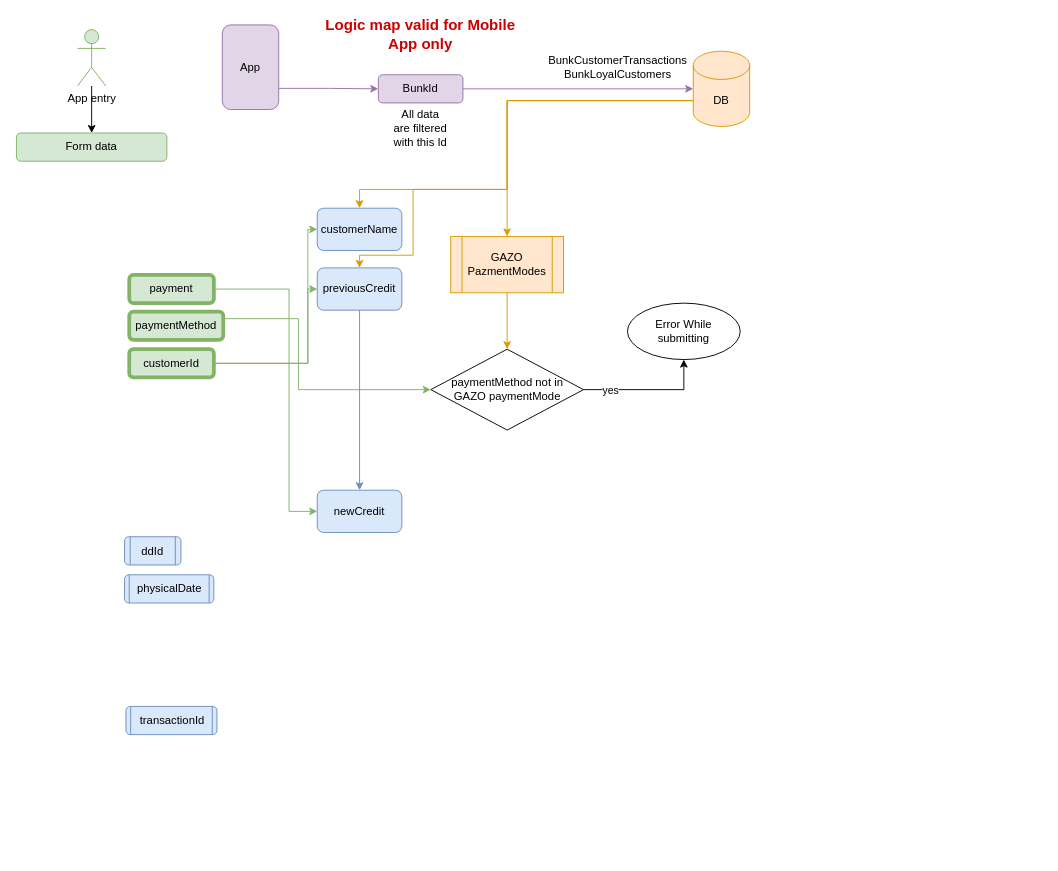
Earlier version of the draw.io diagram page "Type = Payment" (3 of 3) of Creditor_Transactions.drawio (LakshEternl/GazoLogicMap). Source tidied: cells renumbered, new cells numbered last; positions are measured from the earlier drawing's top-left corner, leaving out a move shared by most shapes. Both pictures are drawn from the tidied source at 94%, with x=0, y=0 at pixel (16, 20).
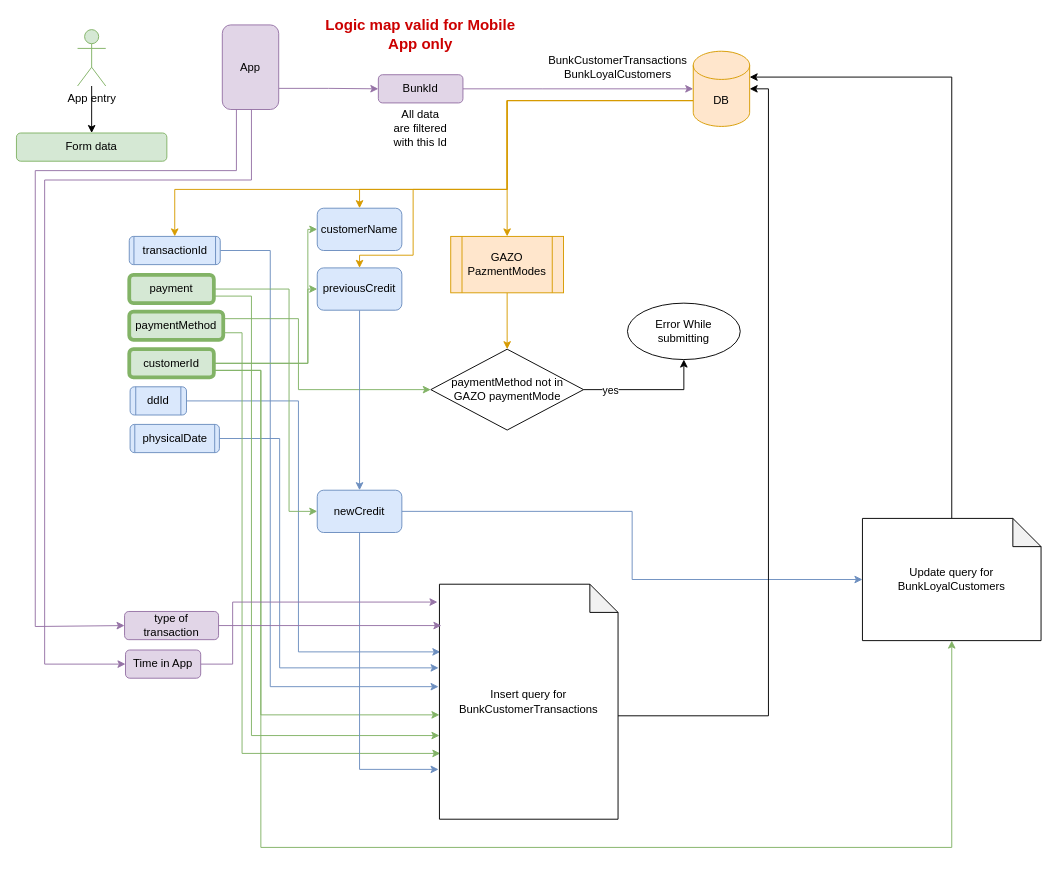
The same diagram, later.

The change refers to these unchanged cells:
```xml
<mxCell id="7" value="DB" style="shape=cylinder3;whiteSpace=wrap;html=1;boundedLbl=1;backgroundOutline=1;size=15;fillColor=#ffe6cc;strokeColor=#d79b00;" parent="1" vertex="1">
  <mxGeometry x="720" y="33" width="60" height="80" as="geometry" />
</mxCell>
<mxCell id="20" value="payment" style="rounded=1;whiteSpace=wrap;html=1;fillColor=#d5e8d4;strokeColor=#82b366;strokeWidth=4;" parent="1" vertex="1">
  <mxGeometry x="120" y="271" width="90" height="30" as="geometry" />
</mxCell>
<mxCell id="22" value="paymentMethod" style="rounded=1;whiteSpace=wrap;html=1;fillColor=#d5e8d4;strokeColor=#82b366;strokeWidth=4;" parent="1" vertex="1">
  <mxGeometry x="120" y="310" width="100" height="30" as="geometry" />
</mxCell>
<mxCell id="25" value="customerId" style="rounded=1;whiteSpace=wrap;html=1;fillColor=#d5e8d4;strokeColor=#82b366;strokeWidth=4;" parent="1" vertex="1">
  <mxGeometry x="120" y="350" width="90" height="30" as="geometry" />
</mxCell>
<mxCell id="35" value="newCredit" style="rounded=1;whiteSpace=wrap;html=1;fillColor=#dae8fc;strokeColor=#6c8ebf;" parent="1" vertex="1">
  <mxGeometry x="320" y="500" width="90" height="45" as="geometry" />
</mxCell>
```

Diff of the diagram source:
```diff
@@
+    <mxCell id="36" style="edgeStyle=orthogonalEdgeStyle;rounded=0;jettySize=auto;html=1;exitX=0;exitY=0;exitDx=0;exitDy=52.5;exitPerimeter=0;entryX=0.5;entryY=0;entryDx=0;entryDy=0;fillColor=#ffe6cc;strokeColor=#d79b00;" parent="1" edge="1" source="7" target="18">
+      <mxGeometry relative="1" as="geometry">
+        <Array as="points">
+          <mxPoint x="522" y="86" />
+          <mxPoint x="522" y="180" />
+          <mxPoint x="168" y="180" />
+        </Array>
+      </mxGeometry>
+    </mxCell>
@@
+    <mxCell id="37" style="edgeStyle=orthogonalEdgeStyle;rounded=0;jettySize=auto;html=1;exitX=1;exitY=0.5;exitDx=0;exitDy=0;entryX=0.005;entryY=0.288;entryDx=0;entryDy=0;entryPerimeter=0;fillColor=#dae8fc;strokeColor=#6c8ebf;" parent="1" edge="1" source="16" target="47">
+      <mxGeometry relative="1" as="geometry">
+        <Array as="points">
+          <mxPoint x="300" y="405" />
+          <mxPoint x="300" y="672" />
+        </Array>
+      </mxGeometry>
+    </mxCell>
     <mxCell id="16" value="ddId" style="shape=process;whiteSpace=wrap;html=1;backgroundOutline=1;fillColor=#dae8fc;strokeColor=#6c8ebf;rounded=1;" parent="1" vertex="1">
-      <mxGeometry x="115" y="549.5" width="60" height="30" as="geometry" />
+      <mxGeometry x="120.9" y="390" width="60" height="30" as="geometry" />
     </mxCell>
+    <mxCell id="38" style="edgeStyle=orthogonalEdgeStyle;rounded=0;jettySize=auto;html=1;exitX=1;exitY=0.5;exitDx=0;exitDy=0;entryX=-0.005;entryY=0.356;entryDx=0;entryDy=0;entryPerimeter=0;fillColor=#dae8fc;strokeColor=#6c8ebf;" parent="1" edge="1" source="17" target="47">
+      <mxGeometry relative="1" as="geometry">
+        <Array as="points">
+          <mxPoint x="280" y="445" />
+          <mxPoint x="280" y="689" />
+        </Array>
+      </mxGeometry>
+    </mxCell>
     <mxCell id="17" value="physicalDate" style="shape=process;whiteSpace=wrap;html=1;backgroundOutline=1;fillColor=#dae8fc;strokeColor=#6c8ebf;rounded=1;size=0.045454545454545456;" parent="1" vertex="1">
-      <mxGeometry x="115" y="590" width="95" height="30" as="geometry" />
+      <mxGeometry x="120.9" y="430" width="95" height="30" as="geometry" />
     </mxCell>
+    <mxCell id="39" style="edgeStyle=orthogonalEdgeStyle;rounded=0;jettySize=auto;html=1;exitX=1;exitY=0.5;exitDx=0;exitDy=0;entryX=-0.005;entryY=0.436;entryDx=0;entryDy=0;entryPerimeter=0;fillColor=#dae8fc;strokeColor=#6c8ebf;" parent="1" edge="1" source="18" target="47">
+      <mxGeometry relative="1" as="geometry">
+        <Array as="points">
+          <mxPoint x="270" y="245" />
+          <mxPoint x="270" y="709" />
+        </Array>
+      </mxGeometry>
+    </mxCell>
     <mxCell id="18" value="transactionId" style="shape=process;whiteSpace=wrap;html=1;backgroundOutline=1;fillColor=#dae8fc;strokeColor=#6c8ebf;rounded=1;size=0.02727272727272727;" parent="1" vertex="1">
-      <mxGeometry x="116.5" y="730" width="96.8" height="30" as="geometry" />
+      <mxGeometry x="120" y="230" width="96.8" height="30" as="geometry" />
     </mxCell>
@@
+    <mxCell id="40" style="edgeStyle=orthogonalEdgeStyle;rounded=0;jettySize=auto;html=1;exitX=1;exitY=0.75;exitDx=0;exitDy=0;entryX=0;entryY=0.644;entryDx=0;entryDy=0;entryPerimeter=0;fillColor=#d5e8d4;strokeColor=#82b366;" parent="1" edge="1" source="20" target="47">
+      <mxGeometry relative="1" as="geometry">
+        <Array as="points">
+          <mxPoint x="250" y="294" />
+          <mxPoint x="250" y="761" />
+        </Array>
+      </mxGeometry>
+    </mxCell>
@@
+    <mxCell id="41" style="edgeStyle=orthogonalEdgeStyle;rounded=0;jettySize=auto;html=1;exitX=1;exitY=0.75;exitDx=0;exitDy=0;entryX=0.005;entryY=0.72;entryDx=0;entryDy=0;entryPerimeter=0;fillColor=#d5e8d4;strokeColor=#82b366;" parent="1" edge="1" source="22" target="47">
+      <mxGeometry relative="1" as="geometry">
+        <Array as="points">
+          <mxPoint x="240" y="333" />
+          <mxPoint x="240" y="780" />
+        </Array>
+      </mxGeometry>
+    </mxCell>
@@
+    <mxCell id="42" style="edgeStyle=orthogonalEdgeStyle;rounded=0;jettySize=auto;html=1;exitX=1;exitY=0.75;exitDx=0;exitDy=0;entryX=0;entryY=0.556;entryDx=0;entryDy=0;entryPerimeter=0;fillColor=#d5e8d4;strokeColor=#82b366;" parent="1" edge="1" source="25" target="47">
+      <mxGeometry relative="1" as="geometry">
+        <Array as="points">
+          <mxPoint x="260" y="373" />
+          <mxPoint x="260" y="739" />
+        </Array>
+      </mxGeometry>
+    </mxCell>
+    <mxCell id="43" style="edgeStyle=orthogonalEdgeStyle;rounded=0;jettySize=auto;html=1;exitX=1;exitY=0.75;exitDx=0;exitDy=0;entryX=0.5;entryY=1;entryDx=0;entryDy=0;entryPerimeter=0;fillColor=#d5e8d4;strokeColor=#82b366;" parent="1" edge="1" source="25" target="55">
+      <mxGeometry relative="1" as="geometry">
+        <Array as="points">
+          <mxPoint x="260" y="373" />
+          <mxPoint x="260" y="880" />
+          <mxPoint x="995" y="880" />
+        </Array>
+      </mxGeometry>
+    </mxCell>
@@
+    <mxCell id="44" style="edgeStyle=orthogonalEdgeStyle;rounded=0;jettySize=auto;html=1;exitX=0.5;exitY=1;exitDx=0;exitDy=0;entryX=-0.005;entryY=0.788;entryDx=0;entryDy=0;entryPerimeter=0;fillColor=#dae8fc;strokeColor=#6c8ebf;" parent="1" edge="1" source="35" target="47">
+      <mxGeometry relative="1" as="geometry" />
+    </mxCell>
+    <mxCell id="45" style="edgeStyle=orthogonalEdgeStyle;rounded=0;jettySize=auto;html=1;exitX=1;exitY=0.5;exitDx=0;exitDy=0;fillColor=#dae8fc;strokeColor=#6c8ebf;" parent="1" edge="1" source="35" target="55">
+      <mxGeometry relative="1" as="geometry" />
+    </mxCell>
@@
+    <mxCell id="46" style="edgeStyle=orthogonalEdgeStyle;rounded=0;jettySize=auto;html=1;exitX=0;exitY=0;exitDx=190;exitDy=140;exitPerimeter=0;entryX=1;entryY=0.5;entryDx=0;entryDy=0;entryPerimeter=0;" parent="1" edge="1" source="47" target="7">
+      <mxGeometry relative="1" as="geometry" />
+    </mxCell>
+    <mxCell id="47" value="&lt;font style=&quot;font-size: 12px;&quot;&gt;&lt;font color=&quot;#000000&quot;&gt;Insert query for BunkCustomerTransactions&lt;/font&gt;&lt;br&gt;&lt;/font&gt;" style="shape=note;whiteSpace=wrap;html=1;backgroundOutline=1;darkOpacity=0.05;fontSize=10;fontColor=#CC0000;size=30;" parent="1" vertex="1">
+      <mxGeometry x="450" y="600" width="190" height="250" as="geometry" />
+    </mxCell>
+    <mxCell id="48" style="edgeStyle=orthogonalEdgeStyle;rounded=0;jettySize=auto;html=1;exitX=1;exitY=0.5;exitDx=0;exitDy=0;entryX=0.011;entryY=0.176;entryDx=0;entryDy=0;entryPerimeter=0;fillColor=#e1d5e7;strokeColor=#9673a6;" parent="1" edge="1" source="49" target="47">
+      <mxGeometry relative="1" as="geometry" />
+    </mxCell>
+    <mxCell id="49" value="type of transaction" style="rounded=1;whiteSpace=wrap;html=1;fillColor=#e1d5e7;strokeColor=#9673a6;" parent="1" vertex="1">
+      <mxGeometry x="115" y="629" width="100" height="30" as="geometry" />
+    </mxCell>
+    <mxCell id="50" style="edgeStyle=orthogonalEdgeStyle;rounded=0;jettySize=auto;html=1;exitX=1;exitY=0.5;exitDx=0;exitDy=0;entryX=-0.011;entryY=0.076;entryDx=0;entryDy=0;entryPerimeter=0;fillColor=#e1d5e7;strokeColor=#9673a6;" parent="1" edge="1" source="51" target="47">
+      <mxGeometry relative="1" as="geometry">
+        <Array as="points">
+          <mxPoint x="230" y="685" />
+          <mxPoint x="230" y="619" />
+        </Array>
+      </mxGeometry>
+    </mxCell>
+    <mxCell id="51" value="Time in App" style="rounded=1;whiteSpace=wrap;html=1;fillColor=#e1d5e7;strokeColor=#9673a6;" parent="1" vertex="1">
+      <mxGeometry x="116" y="670" width="80" height="30" as="geometry" />
+    </mxCell>
+    <mxCell id="52" style="edgeStyle=orthogonalEdgeStyle;rounded=0;jettySize=auto;html=1;entryX=0;entryY=0.5;entryDx=0;entryDy=0;exitX=0.5;exitY=1;exitDx=0;exitDy=0;fillColor=#e1d5e7;strokeColor=#9673a6;" parent="1" edge="1" target="51">
+      <mxGeometry relative="1" as="geometry">
+        <mxPoint x="249" y="95" as="sourcePoint" />
+        <Array as="points">
+          <mxPoint x="250" y="95" />
+          <mxPoint x="250" y="170" />
+          <mxPoint x="30" y="170" />
+          <mxPoint x="30" y="685" />
+        </Array>
+      </mxGeometry>
+    </mxCell>
+    <mxCell id="53" style="edgeStyle=orthogonalEdgeStyle;rounded=0;jettySize=auto;html=1;entryX=0;entryY=0.5;entryDx=0;entryDy=0;exitX=0.25;exitY=1;exitDx=0;exitDy=0;fillColor=#e1d5e7;strokeColor=#9673a6;" parent="1" edge="1" target="49">
+      <mxGeometry relative="1" as="geometry">
+        <mxPoint x="234" y="95" as="sourcePoint" />
+        <Array as="points">
+          <mxPoint x="234" y="160" />
+          <mxPoint x="20" y="160" />
+          <mxPoint x="20" y="645" />
+        </Array>
+      </mxGeometry>
+    </mxCell>
+    <mxCell id="54" style="edgeStyle=orthogonalEdgeStyle;rounded=0;jettySize=auto;html=1;exitX=0.5;exitY=0;exitDx=0;exitDy=0;exitPerimeter=0;entryX=1;entryY=0;entryDx=0;entryDy=27.5;entryPerimeter=0;" parent="1" edge="1" source="55">
+      <mxGeometry relative="1" as="geometry">
+        <mxPoint x="780" y="60.5" as="targetPoint" />
+        <Array as="points">
+          <mxPoint x="995" y="61" />
+        </Array>
+      </mxGeometry>
+    </mxCell>
+    <mxCell id="55" value="&lt;font style=&quot;font-size: 12px;&quot;&gt;&lt;font color=&quot;#000000&quot;&gt;Update query for BunkLoyalCustomers&lt;/font&gt;&lt;br&gt;&lt;/font&gt;" style="shape=note;whiteSpace=wrap;html=1;backgroundOutline=1;darkOpacity=0.05;fontSize=10;fontColor=#CC0000;size=30;" parent="1" vertex="1">
+      <mxGeometry x="900" y="530" width="190" height="130" as="geometry" />
+    </mxCell>
```
